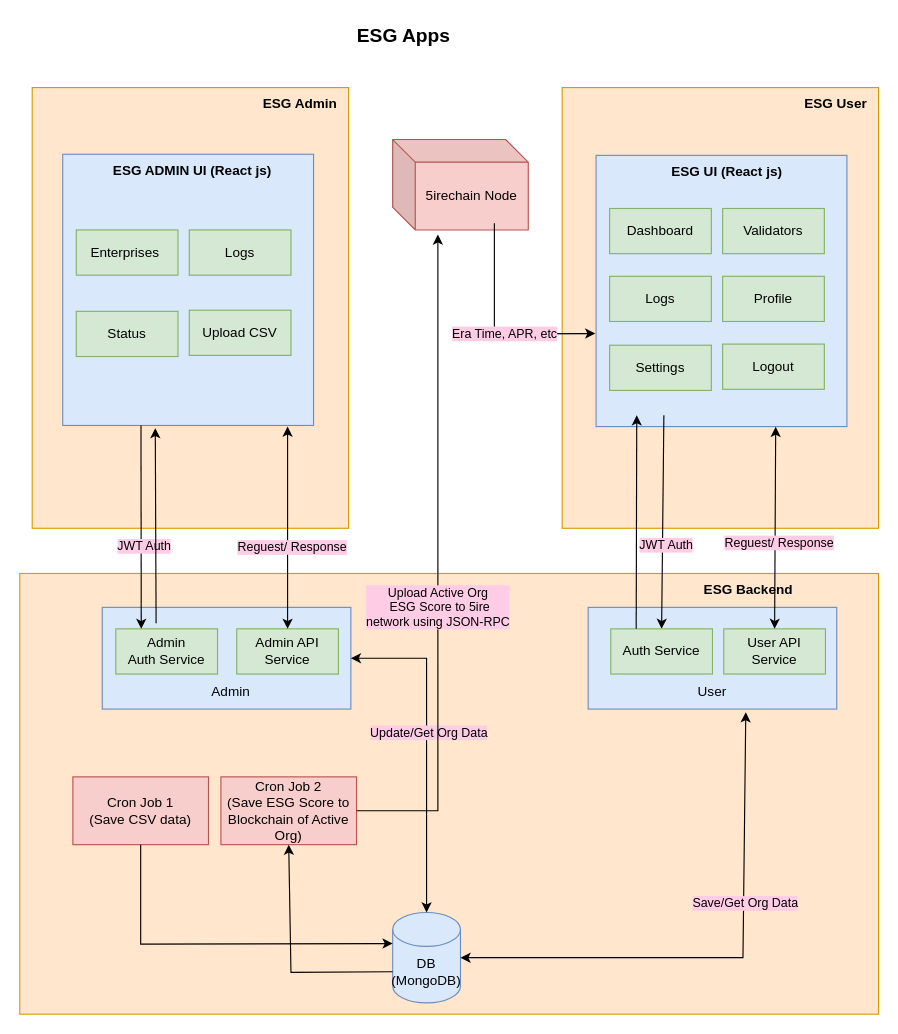
Above: esgapp.drawio in kulwindersingh-ant/drawio (draw.io), before the change. Source tidied: cells renumbered, new cells numbered last; positions are measured from the earlier drawing's top-left corner, leaving out a move shared by most shapes. Both pictures are drawn from the tidied source at 113%, with x=0, y=0 at pixel (19, 19).
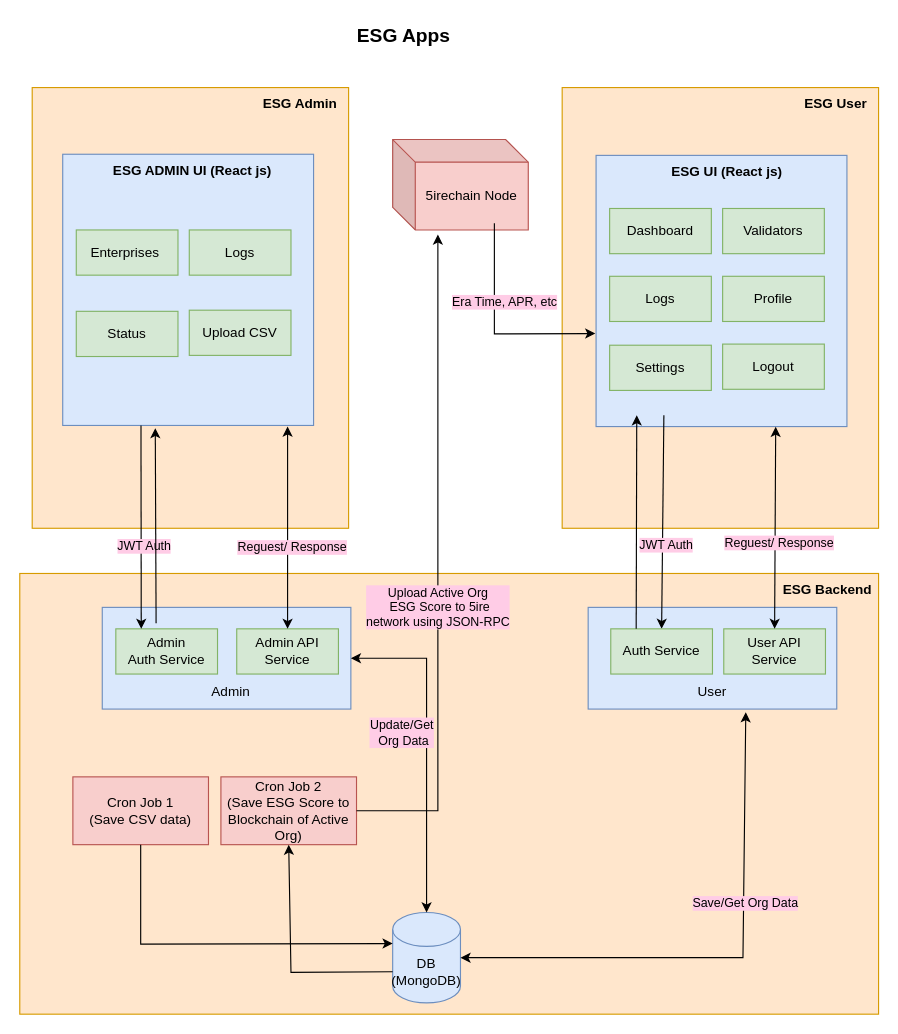
The same page after the edit.

Unchanged cells that the change refers to:
```xml
<mxCell id="44" style="endArrow=classic;startArrow=classic;html=1;rounded=0;entryX=1;entryY=0.5;entryDx=0;entryDy=0;exitX=0.5;exitY=0;exitDx=0;exitDy=0;exitPerimeter=0;" parent="1" edge="1" source="41" target="32">
  <mxGeometry relative="1" as="geometry">
    <Array as="points">
      <mxPoint x="360" y="565" />
    </Array>
  </mxGeometry>
</mxCell>
<mxCell id="51" style="endArrow=classic;html=1;rounded=0;entryX=-0.003;entryY=0.657;entryDx=0;entryDy=0;entryPerimeter=0;" parent="1" edge="1" target="9">
  <mxGeometry relative="1" as="geometry">
    <mxPoint x="420" y="180" as="sourcePoint" />
    <Array as="points">
      <mxPoint x="420" y="278" />
    </Array>
  </mxGeometry>
</mxCell>
```

What changed in the source:
```diff
@@
     <mxCell id="8" value="ESG Backend" style="text;html=1;strokeColor=none;fillColor=none;align=center;verticalAlign=middle;whiteSpace=wrap;rounded=0;fontStyle=1;" parent="1" vertex="1">
-      <mxGeometry x="600" y="490" width="90" height="30" as="geometry" />
+      <mxGeometry x="670" y="490" width="90" height="30" as="geometry" />
     </mxCell>
@@
-    <mxCell id="45" value="Update/Get Org Data" style="edgeLabel;html=1;align=center;verticalAlign=middle;labelBackgroundColor=#FFCCE6;" parent="44" vertex="1">
+    <mxCell id="45" value="Update/Get&lt;br&gt;&amp;nbsp;Org Data" style="edgeLabel;html=1;align=center;verticalAlign=middle;labelBackgroundColor=#FFCCE6;" parent="44" vertex="1">
       <mxGeometry x="0.28" y="-1" relative="1" as="geometry">
-        <mxPoint y="27" as="offset" />
+        <mxPoint x="-24" y="27" as="offset" />
       </mxGeometry>
     </mxCell>
@@
     <mxCell id="52" value="Era Time, APR, etc" style="edgeLabel;html=1;align=center;verticalAlign=middle;labelBackgroundColor=#FFCCE6;" parent="51" vertex="1">
       <mxGeometry x="0.19" relative="1" as="geometry">
-        <mxPoint x="-4" as="offset" />
+        <mxPoint x="-4" y="-28" as="offset" />
       </mxGeometry>
     </mxCell>
```
